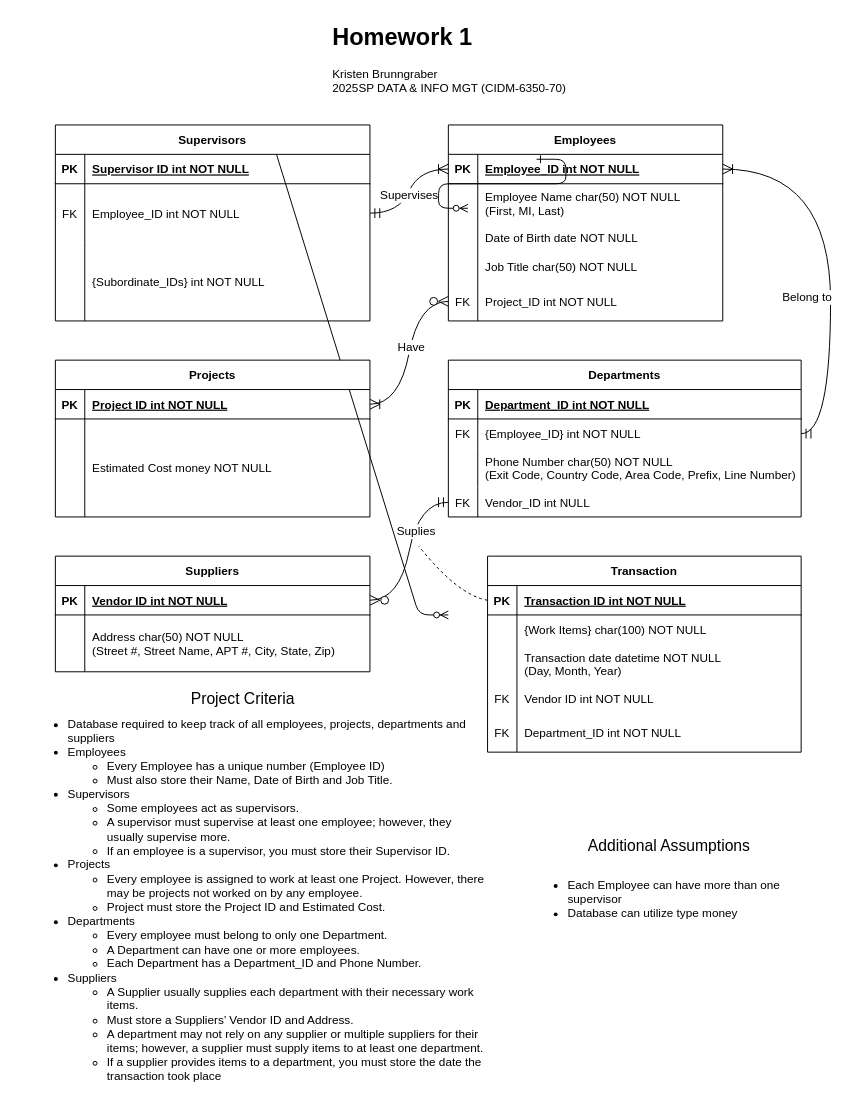
Earlier version of the draw.io diagram Untitled Diagram.drawio (k-wtamu/CIDM6330). Source tidied: cells renumbered, new cells numbered last; positions are measured from the earlier drawing's top-left corner, leaving out a move shared by most shapes. Both pictures are drawn from the tidied source at 98%, with x=0, y=0 at pixel (26, 17).
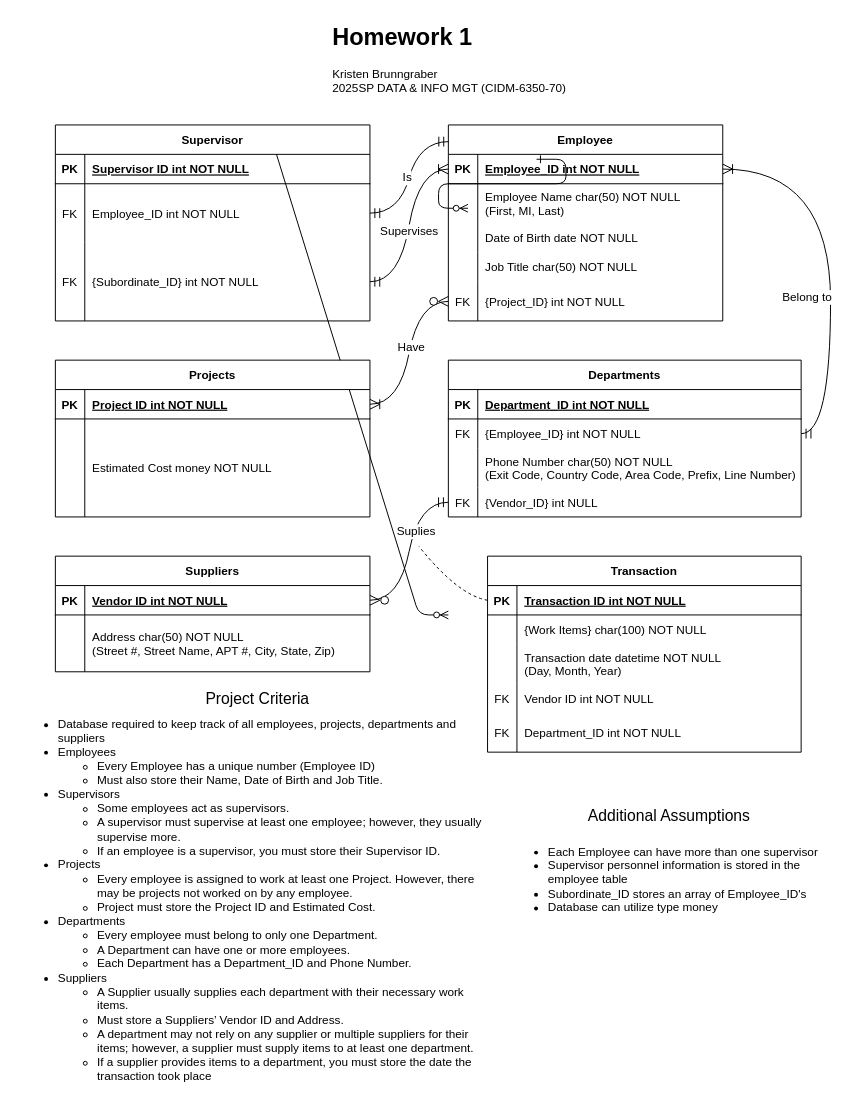
After the change.

Unchanged cells that the change refers to:
```xml
<mxCell id="7" style="shape=partialRectangle;fillColor=none;points=[[0,0.5],[1,0.5]];portConstraint=eastwest;top=0;left=0;right=0;bottom=1;" parent="6" vertex="1">
  <mxGeometry y="30" width="280" height="30" as="geometry" />
</mxCell>
<mxCell id="19" style="shape=partialRectangle;fillColor=none;points=[[0,0.5],[1,0.5]];portConstraint=eastwest;top=0;left=0;right=0;bottom=0;" parent="6" vertex="1">
  <mxGeometry y="160" width="280" height="40" as="geometry" />
</mxCell>
<mxCell id="39" style="shape=partialRectangle;fillColor=none;points=[[0,0.5],[1,0.5]];portConstraint=eastwest;top=0;left=0;right=0;bottom=0;" parent="29" vertex="1">
  <mxGeometry y="130" width="360" height="30" as="geometry" />
</mxCell>
<mxCell id="53" style="shape=partialRectangle;fillColor=none;points=[[0,0.5],[1,0.5]];portConstraint=eastwest;top=0;left=0;right=0;bottom=0;" parent="49" vertex="1">
  <mxGeometry y="60" width="321" height="60" as="geometry" />
</mxCell>
<mxCell id="56" style="shape=partialRectangle;fillColor=none;points=[[0,0.5],[1,0.5]];portConstraint=eastwest;top=0;left=0;right=0;bottom=0;" parent="49" vertex="1">
  <mxGeometry y="120" width="321" height="80" as="geometry" />
</mxCell>
```

Change to the diagram source:
```diff
@@
     <mxCell id="5" value="&lt;ul&gt;&lt;li&gt;&lt;span style=&quot;background-color: transparent; color: light-dark(rgb(0, 0, 0), rgb(255, 255, 255));&quot;&gt;Database required to keep track of all employees, projects, departments and suppliers&lt;/span&gt;&lt;/li&gt;&lt;li&gt;&lt;span style=&quot;background-color: transparent; color: light-dark(rgb(0, 0, 0), rgb(255, 255, 255));&quot;&gt;Employees&lt;/span&gt;&lt;/li&gt;&lt;ul&gt;&lt;li&gt;Every Employee has a unique number (Employee ID)&lt;/li&gt;&lt;li&gt;Must also store their Name, Date of Birth and Job Title.&lt;/li&gt;&lt;/ul&gt;&lt;li&gt;&lt;span style=&quot;background-color: transparent; color: light-dark(rgb(0, 0, 0), rgb(255, 255, 255));&quot;&gt;Supervisors&lt;/span&gt;&lt;/li&gt;&lt;ul&gt;&lt;li&gt;&lt;span style=&quot;background-color: transparent; color: light-dark(rgb(0, 0, 0), rgb(255, 255, 255));&quot;&gt;Some employees act as supervisors.&amp;nbsp;&lt;/span&gt;&lt;/li&gt;&lt;li&gt;&lt;span style=&quot;background-color: transparent; color: light-dark(rgb(0, 0, 0), rgb(255, 255, 255));&quot;&gt;A supervisor must supervise at least one employee; however, they usually supervise more.&amp;nbsp;&lt;/span&gt;&lt;/li&gt;&lt;li&gt;If an employee is a supervisor, you must store their Supervisor ID.&lt;/li&gt;&lt;/ul&gt;&lt;li&gt;Projects&lt;/li&gt;&lt;ul&gt;&lt;li&gt;Every employee is assigned to work at least one Project. However, there may be projects not worked on by any employee.&amp;nbsp;&lt;/li&gt;&lt;li&gt;Project must store the Project ID and Estimated Cost.&lt;/li&gt;&lt;/ul&gt;&lt;li&gt;Departments&lt;/li&gt;&lt;ul&gt;&lt;li&gt;Every employee must belong to only one Department.&amp;nbsp;&lt;/li&gt;&lt;li&gt;A Department can have one or more employees.&amp;nbsp;&lt;/li&gt;&lt;li&gt;Each Department has a Department_ID and Phone Number.&lt;/li&gt;&lt;/ul&gt;&lt;li&gt;Suppliers&lt;/li&gt;&lt;ul&gt;&lt;li&gt;A Supplier usually supplies each department with their necessary work items.&amp;nbsp;&lt;/li&gt;&lt;li&gt;Must store a Suppliers’ Vendor ID and Address.&lt;/li&gt;&lt;li&gt;A department may not rely on any supplier or multiple suppliers for their items; however, a supplier must supply items to at least one department.&lt;/li&gt;&lt;li&gt;If a supplier provides items to a department, you must store the date the transaction took place&lt;/li&gt;&lt;/ul&gt;&lt;/ul&gt;" style="text;strokeColor=none;fillColor=none;html=1;whiteSpace=wrap;verticalAlign=middle;overflow=hidden;" parent="1" vertex="1">
-      <mxGeometry y="700" width="470" height="390" as="geometry" />
+      <mxGeometry x="-10" y="700" width="480" height="390" as="geometry" />
     </mxCell>
-    <mxCell id="6" value="Employees" style="shape=table;startSize=30;childLayout=tableLayout;rowLines=0;fontStyle=1;align=center;" parent="1" vertex="1">
+    <mxCell id="6" value="Employee" style="shape=table;startSize=30;childLayout=tableLayout;rowLines=0;fontStyle=1;align=center;" parent="1" vertex="1">
       <mxGeometry x="430" y="110" width="280" height="200" as="geometry" />
     </mxCell>
@@
-    <mxCell id="21" value="Project_ID int NOT NULL " style="shape=partialRectangle;overflow=hidden;fillColor=none;top=0;left=0;bottom=0;right=0;align=left;spacingLeft=6;" parent="19" vertex="1">
+    <mxCell id="21" value="{Project_ID} int NOT NULL " style="shape=partialRectangle;overflow=hidden;fillColor=none;top=0;left=0;bottom=0;right=0;align=left;spacingLeft=6;" parent="19" vertex="1">
       <mxGeometry x="30" width="250" height="40" as="geometry" />
     </mxCell>
@@
-    <mxCell id="41" value="Vendor_ID int NULL" style="shape=partialRectangle;overflow=hidden;fillColor=none;top=0;left=0;bottom=0;right=0;align=left;spacingLeft=6;" parent="39" vertex="1">
+    <mxCell id="41" value="{Vendor_ID} int NULL" style="shape=partialRectangle;overflow=hidden;fillColor=none;top=0;left=0;bottom=0;right=0;align=left;spacingLeft=6;" parent="39" vertex="1">
       <mxGeometry x="30" width="330" height="30" as="geometry" />
     </mxCell>
@@
-    <mxCell id="49" value="Supervisors" style="shape=table;startSize=30;childLayout=tableLayout;rowLines=0;fontStyle=1;align=center;" parent="1" vertex="1">
+    <mxCell id="49" value="Supervisor" style="shape=table;startSize=30;childLayout=tableLayout;rowLines=0;fontStyle=1;align=center;" parent="1" vertex="1">
       <mxGeometry x="29" y="110" width="321" height="200" as="geometry" />
     </mxCell>
@@
-    <mxCell id="57" value="&#10;" style="shape=partialRectangle;overflow=hidden;fillColor=none;top=0;left=0;bottom=0;right=0;" parent="56" vertex="1">
+    <mxCell id="57" value="FK" style="shape=partialRectangle;overflow=hidden;fillColor=none;top=0;left=0;bottom=0;right=0;" parent="56" vertex="1">
       <mxGeometry width="30" height="80" as="geometry" />
     </mxCell>
-    <mxCell id="58" value="{Subordinate_IDs} int NOT NULL" style="shape=partialRectangle;overflow=hidden;fillColor=none;top=0;left=0;bottom=0;right=0;align=left;spacingLeft=6;" parent="56" vertex="1">
+    <mxCell id="58" value="{Subordinate_ID} int NOT NULL" style="shape=partialRectangle;overflow=hidden;fillColor=none;top=0;left=0;bottom=0;right=0;align=left;spacingLeft=6;" parent="56" vertex="1">
       <mxGeometry x="30" width="291" height="80" as="geometry" />
     </mxCell>
@@
-    <mxCell id="77" style="edgeStyle=entityRelationEdgeStyle;fontSize=12;html=1;endArrow=ERoneToMany;startArrow=ERmandOne;rounded=0;startSize=8;endSize=8;curved=1;entryX=0;entryY=0.5;entryDx=0;entryDy=0;exitX=1;exitY=0.5;exitDx=0;exitDy=0;endFill=0;" parent="1" edge="1" source="53" target="7">
+    <mxCell id="77" style="edgeStyle=entityRelationEdgeStyle;fontSize=12;html=1;endArrow=ERoneToMany;startArrow=ERmandOne;rounded=0;startSize=8;endSize=8;curved=1;entryX=0;entryY=0.5;entryDx=0;entryDy=0;exitX=1;exitY=0.5;exitDx=0;exitDy=0;endFill=0;" parent="1" edge="1" source="56" target="7">
       <mxGeometry relative="1" as="geometry" />
     </mxCell>
@@
-    <mxCell id="84" value="&lt;ul&gt;&lt;li&gt;Each Employee can have more than one supervisor&amp;nbsp;&lt;/li&gt;&lt;li&gt;Database can utilize type money&lt;/li&gt;&lt;/ul&gt;" style="text;strokeColor=none;fillColor=none;html=1;whiteSpace=wrap;verticalAlign=middle;overflow=hidden;" parent="1" vertex="1">
-      <mxGeometry x="510" y="860" width="310" height="80" as="geometry" />
+    <mxCell id="84" value="&lt;ul&gt;&lt;li&gt;Each Employee can have more than one supervisor&amp;nbsp;&lt;/li&gt;&lt;li&gt;Supervisor personnel information is stored in the employee table&lt;/li&gt;&lt;li&gt;Subordinate_ID stores an array of Employee_ID's&lt;/li&gt;&lt;li&gt;Database can utilize type money&lt;/li&gt;&lt;/ul&gt;" style="text;strokeColor=none;fillColor=none;html=1;whiteSpace=wrap;verticalAlign=middle;overflow=hidden;" parent="1" vertex="1">
+      <mxGeometry x="490" y="830" width="330" height="90" as="geometry" />
     </mxCell>
     <mxCell id="85" value="Additional Assumptions" style="text;html=1;align=center;verticalAlign=middle;strokeColor=none;fillColor=none;fontSize=16;" parent="1" vertex="1">
-      <mxGeometry x="560" y="830" width="190" height="30" as="geometry" />
+      <mxGeometry x="560" y="800" width="190" height="30" as="geometry" />
     </mxCell>
     <mxCell id="86" value="Project Criteria" style="text;html=1;align=center;verticalAlign=middle;strokeColor=none;fillColor=none;fontSize=16;" parent="1" vertex="1">
-      <mxGeometry x="155" y="680" width="130" height="30" as="geometry" />
+      <mxGeometry x="170" y="680" width="130" height="30" as="geometry" />
     </mxCell>
+    <mxCell id="87" style="edgeStyle=entityRelationEdgeStyle;fontSize=12;html=1;endArrow=ERmandOne;startArrow=ERmandOne;rounded=0;startSize=8;endSize=8;curved=1;exitX=1;exitY=0.5;exitDx=0;exitDy=0;entryX=0.001;entryY=0.085;entryDx=0;entryDy=0;entryPerimeter=0;" parent="1" edge="1" source="53" target="6">
+      <mxGeometry relative="1" as="geometry" />
+    </mxCell>
+    <mxCell id="88" value="Is" style="edgeLabel;html=1;align=center;verticalAlign=middle;fontSize=12;" parent="87" vertex="1">
+      <mxGeometry x="-0.01" y="3" relative="1" as="geometry" />
+    </mxCell>
```
